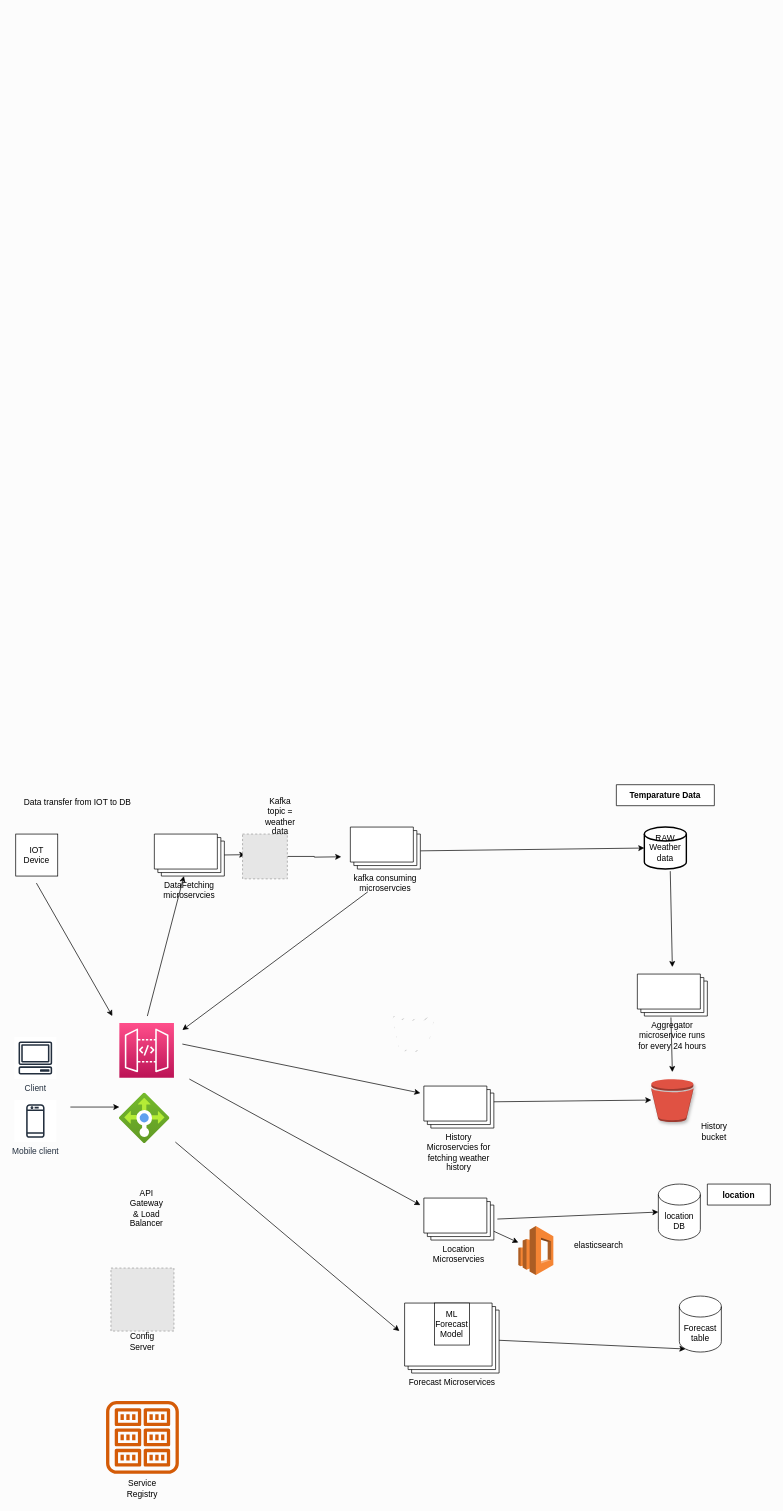
The draw.io diagram Untitled Diagram.drawio in jananiselvaraj26/system-design, before the edit. Source tidied: cells renumbered, new cells numbered last; positions are measured from the earlier drawing's top-left corner, leaving out a move shared by most shapes. Both pictures are drawn from the tidied source at 70%, with x=0, y=0 at pixel (14, 785). Pictures stored in the file or linked from it are replaced by grey dashed boxes.
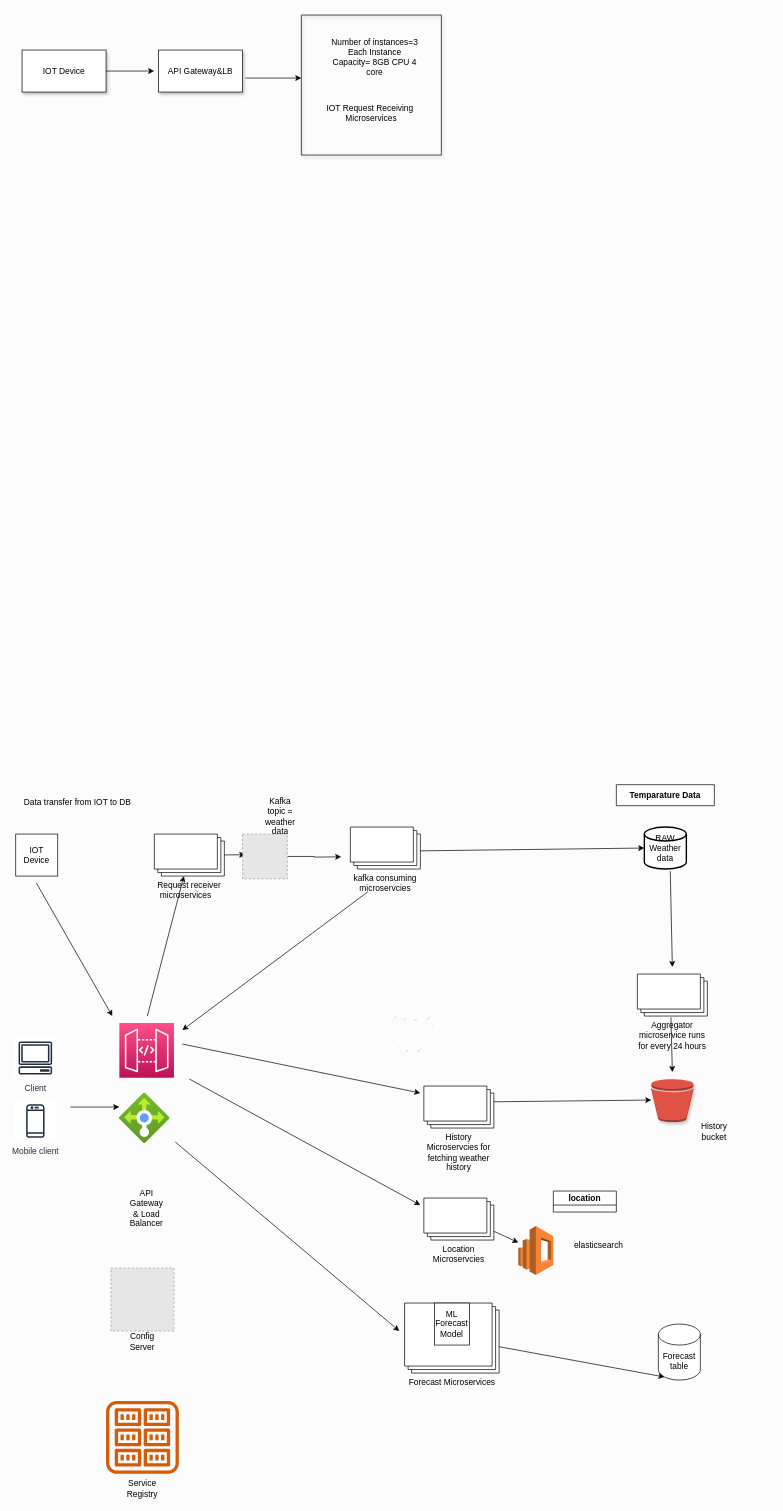
The same diagram, later.

What changed in the source:
```diff
@@
-    <mxCell id="6" value="location" style="shape=table;startSize=30;childLayout=tableLayout;rowLines=0;fontStyle=1;align=center;" parent="1" vertex="1" collapsed="1">
-      <mxGeometry x="990" y="570" width="90" height="30" as="geometry" />
+    <mxCell id="6" value="location" style="shape=table;startSize=20;childLayout=tableLayout;rowLines=0;fontStyle=1;align=center;" parent="1" vertex="1" collapsed="1">
+      <mxGeometry x="770" y="580" width="90" height="30" as="geometry" />
     </mxCell>
@@
-    <mxCell id="11" value="DataFetching microservcies" style="verticalLabelPosition=bottom;verticalAlign=top;html=1;shape=mxgraph.basic.layered_rect;dx=10;outlineConnect=0;whiteSpace=wrap;" parent="1" vertex="1">
+    <mxCell id="11" value="Request receiver microservices&amp;nbsp; &amp;nbsp;" style="verticalLabelPosition=bottom;verticalAlign=top;html=1;shape=mxgraph.basic.layered_rect;dx=10;outlineConnect=0;whiteSpace=wrap;" parent="1" vertex="1">
       <mxGeometry x="200" y="70" width="100" height="60" as="geometry" />
     </mxCell>
@@
     <mxCell id="20" value="Forecast table" style="shape=cylinder3;whiteSpace=wrap;html=1;boundedLbl=1;backgroundOutline=1;size=15;" parent="1" vertex="1">
-      <mxGeometry x="950" y="730" width="60" height="80" as="geometry" />
+      <mxGeometry x="920" y="770" width="60" height="80" as="geometry" />
     </mxCell>
@@
-    <mxCell id="28" value="location&lt;br&gt;DB" style="shape=cylinder3;whiteSpace=wrap;html=1;boundedLbl=1;backgroundOutline=1;size=15;" parent="1" vertex="1">
-      <mxGeometry x="920" y="570" width="60" height="80" as="geometry" />
-    </mxCell>
@@
-    <mxCell id="43" style="endArrow=classic;html=1;rounded=0;entryX=0;entryY=0.5;entryDx=0;entryDy=0;entryPerimeter=0;" parent="1" edge="1" target="28">
-      <mxGeometry relative="1" as="geometry">
-        <mxPoint x="690" y="620" as="sourcePoint" />
-      </mxGeometry>
-    </mxCell>
@@
+    <mxCell id="52" value="IOT Device" style="rounded=0;whiteSpace=wrap;html=1;shadow=1;sketch=0;fillStyle=solid;" parent="1" vertex="1">
+      <mxGeometry x="11" y="-1050" width="120" height="60" as="geometry" />
+    </mxCell>
+    <mxCell id="53" style="endArrow=classic;html=1;rounded=0;exitX=1;exitY=0.5;exitDx=0;exitDy=0;entryX=0.333;entryY=0.087;entryDx=0;entryDy=0;entryPerimeter=0;" parent="1" edge="1" source="52">
+      <mxGeometry relative="1" as="geometry">
+        <mxPoint x="199.8" y="-1020" as="targetPoint" />
+      </mxGeometry>
+    </mxCell>
+    <mxCell id="54" value="API Gateway&amp;amp;LB" style="rounded=0;whiteSpace=wrap;html=1;shadow=1;sketch=0;fillStyle=solid;fillColor=#FFFFFF;" parent="1" vertex="1">
+      <mxGeometry x="206" y="-1050" width="120" height="60" as="geometry" />
+    </mxCell>
+    <mxCell id="55" style="endArrow=classic;html=1;rounded=0;" parent="1" edge="1">
+      <mxGeometry relative="1" as="geometry">
+        <mxPoint x="330" y="-1010" as="sourcePoint" />
+        <mxPoint x="410" y="-1010" as="targetPoint" />
+      </mxGeometry>
+    </mxCell>
+    <mxCell id="56" style="swimlane;startSize=0;shadow=1;sketch=0;fillStyle=solid;fillColor=#FFFFFF;" parent="1" vertex="1">
+      <mxGeometry x="410" y="-1100" width="200" height="200" as="geometry" />
+    </mxCell>
+    <mxCell id="57" value="Number of instances=3&lt;br&gt;Each Instance Capacity= 8GB CPU 4 core&lt;br&gt;" style="text;html=1;strokeColor=none;fillColor=none;align=center;verticalAlign=middle;whiteSpace=wrap;rounded=0;shadow=1;sketch=0;fillStyle=solid;" parent="56" vertex="1">
+      <mxGeometry x="40" y="20" width="130" height="80" as="geometry" />
+    </mxCell>
+    <mxCell id="58" value="IOT Request Receiving&amp;nbsp;&lt;br&gt;Microservices" style="text;html=1;strokeColor=none;fillColor=none;align=center;verticalAlign=middle;whiteSpace=wrap;rounded=0;shadow=1;sketch=0;fillStyle=solid;" parent="56" vertex="1">
+      <mxGeometry x="35" y="100" width="130" height="80" as="geometry" />
+    </mxCell>
```
